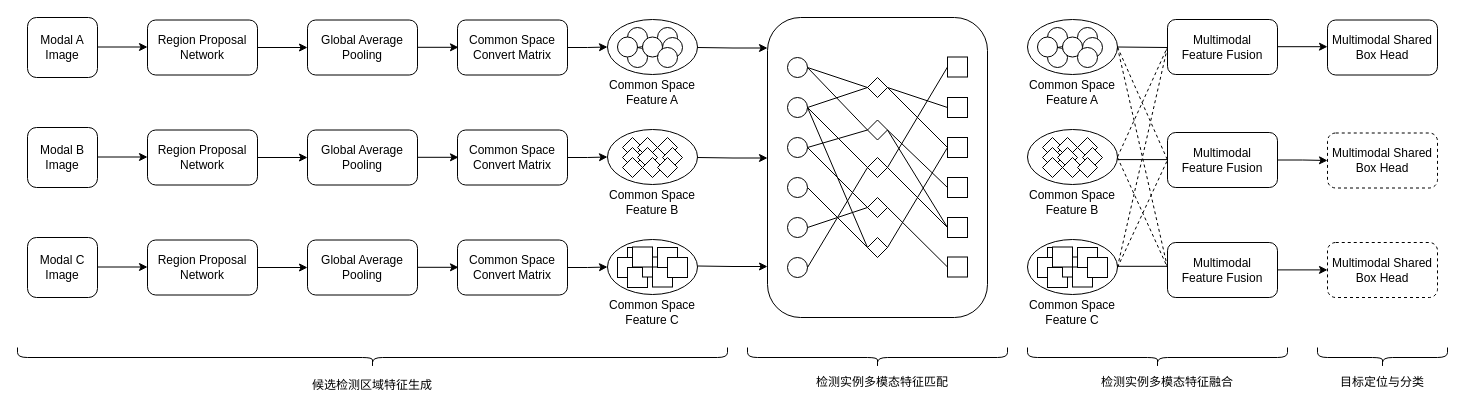
This is 多视角多模态目标检测3模态案例.drawio from thb1314/for_draw_io, a draw.io file, before an edit. Source tidied: cells renumbered, new cells numbered last; positions are measured from the earlier drawing's top-left corner, leaving out a move shared by most shapes. Both pictures are drawn from the tidied source at 100%, with x=0, y=0 at pixel (27, 2).
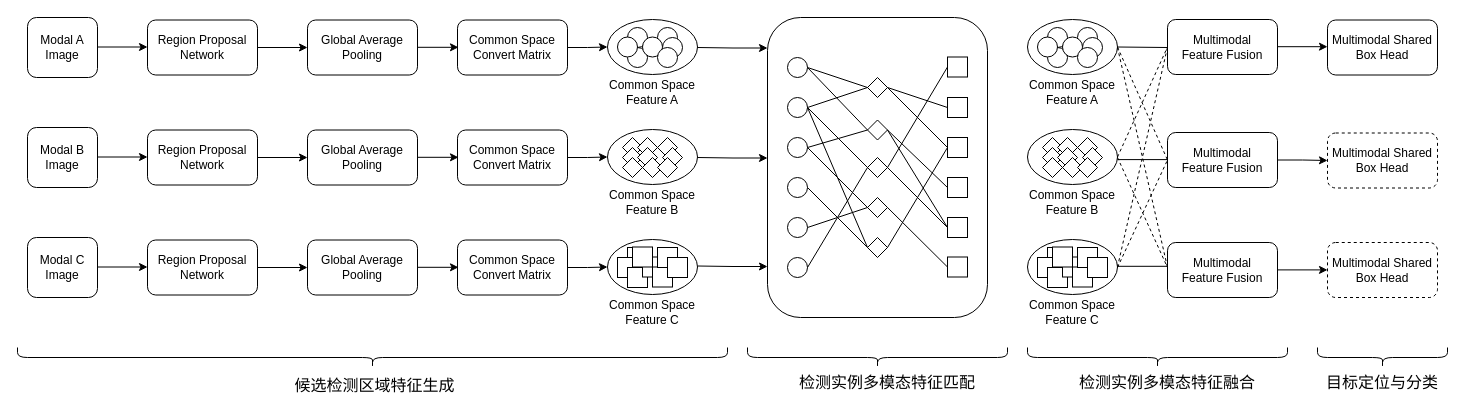
Above is the later version.

Commit message (it also covers changes not shown here):
更新多视角多模态目标检测3模态案例.drawio

Diff of the diagram source:
```diff
@@
-    <mxCell id="11" value="候选检测区域特征生成" style="text;html=1;strokeColor=none;fillColor=none;align=center;verticalAlign=middle;whiteSpace=wrap;rounded=0;" parent="1" vertex="1">
-      <mxGeometry x="275" y="370" width="140" height="25" as="geometry" />
+    <mxCell id="11" value="&lt;font style=&quot;font-size: 16px;&quot;&gt;候选检测区域特征生成&lt;/font&gt;" style="text;html=1;strokeColor=none;fillColor=none;align=center;verticalAlign=middle;whiteSpace=wrap;rounded=0;" parent="1" vertex="1">
+      <mxGeometry x="265" y="370" width="165" height="25" as="geometry" />
     </mxCell>
-    <mxCell id="12" value="检测实例多模态特征匹配" style="text;html=1;strokeColor=none;fillColor=none;align=center;verticalAlign=middle;whiteSpace=wrap;rounded=0;" parent="1" vertex="1">
-      <mxGeometry x="770" y="365" width="170" height="30" as="geometry" />
+    <mxCell id="12" value="&lt;font style=&quot;font-size: 16px;&quot;&gt;检测实例多模态特征匹配&lt;/font&gt;" style="text;html=1;strokeColor=none;fillColor=none;align=center;verticalAlign=middle;whiteSpace=wrap;rounded=0;" parent="1" vertex="1">
+      <mxGeometry x="770" y="365" width="180" height="30" as="geometry" />
     </mxCell>
-    <mxCell id="13" value="检测实例多模态特征融合" style="text;html=1;strokeColor=none;fillColor=none;align=center;verticalAlign=middle;whiteSpace=wrap;rounded=0;" parent="1" vertex="1">
-      <mxGeometry x="1070" y="367.5" width="140" height="25" as="geometry" />
+    <mxCell id="13" value="&lt;font style=&quot;font-size: 16px;&quot;&gt;检测实例多模态特征融合&lt;/font&gt;" style="text;html=1;strokeColor=none;fillColor=none;align=center;verticalAlign=middle;whiteSpace=wrap;rounded=0;" parent="1" vertex="1">
+      <mxGeometry x="1050" y="367.5" width="180" height="25" as="geometry" />
     </mxCell>
-    <mxCell id="14" value="目标定位与分类" style="text;html=1;strokeColor=none;fillColor=none;align=center;verticalAlign=middle;whiteSpace=wrap;rounded=0;" parent="1" vertex="1">
+    <mxCell id="14" value="&lt;font style=&quot;font-size: 16px;&quot;&gt;目标定位与分类&lt;/font&gt;" style="text;html=1;strokeColor=none;fillColor=none;align=center;verticalAlign=middle;whiteSpace=wrap;rounded=0;" parent="1" vertex="1">
       <mxGeometry x="1285" y="370" width="140" height="20" as="geometry" />
     </mxCell>
```
